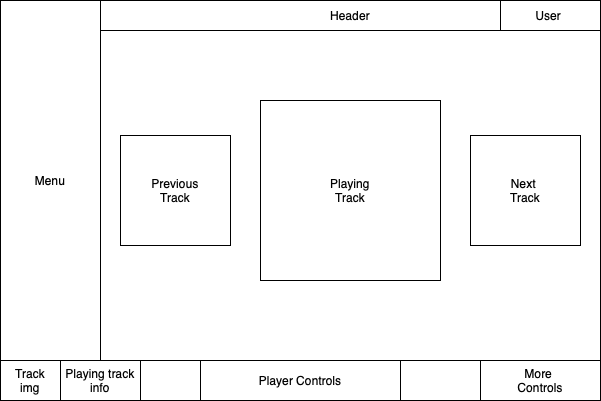
This is JD player wireframes JT.drawio.png from jack8120/JD-Player, a draw.io export, as it was before one commit. Source tidied: cells renumbered, new cells last; positions are measured from the earlier drawing's top-left corner, leaving out a move shared by most shapes.
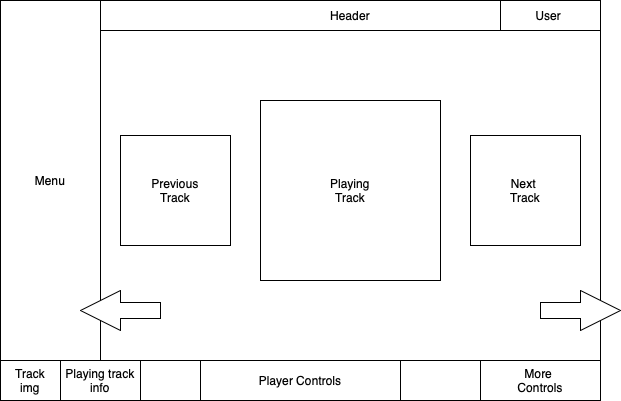
The same diagram one commit later.

What changed in the source:
```diff
@@ -38,5 +38,11 @@
     <mxCell id="13" value="Playing &lt;br&gt;Track" style="whiteSpace=wrap;html=1;" parent="1" vertex="1">
       <mxGeometry x="260" y="100" width="180" height="180" as="geometry" />
     </mxCell>
+    <mxCell id="14" style="html=1;shadow=0;dashed=0;align=center;verticalAlign=middle;shape=mxgraph.arrows2.arrow;dy=0.6;dx=40;notch=0;" parent="1" vertex="1">
+      <mxGeometry x="540" y="290" width="80" height="40" as="geometry" />
+    </mxCell>
+    <mxCell id="15" style="html=1;shadow=0;dashed=0;align=center;verticalAlign=middle;shape=mxgraph.arrows2.arrow;dy=0.6;dx=40;notch=0;rotation=-180;" parent="1" vertex="1">
+      <mxGeometry x="80" y="290" width="80" height="40" as="geometry" />
+    </mxCell>
   </root>
 </mxGraphModel>
```
